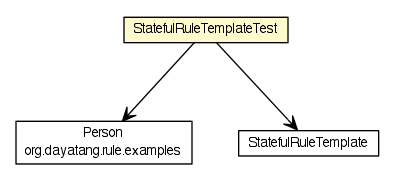
Earlier version of the Graphviz export testapidocs/org/dayatang/rule/StatefulRuleTemplateTest.png (dayatang/dddlib). Its source is kept beside it as testapidocs/org/dayatang/rule/StatefulRuleTemplateTest.dot. Source of this version:
```dot

digraph G {
	edge [fontname="Helvetica",fontsize=10,labelfontname="Helvetica",labelfontsize=10];
	node [fontname="Helvetica",fontsize=10,shape=plaintext];
	nodesep=0.25;
	ranksep=0.5;
	c43899 [label=<<table title="org.dayatang.rule.examples.Person" border="0" cellborder="1" cellspacing="0" cellpadding="2" port="p" href="./examples/Person.html">
		<tr><td><table border="0" cellspacing="0" cellpadding="1">
<tr><td align="center" balign="center"> Person </td></tr>
<tr><td align="center" balign="center"> org.dayatang.rule.examples </td></tr>
		</table></td></tr>
		</table>>, URL="./examples/Person.html", fontname="Helvetica", fontcolor="black", fontsize=10.0];
	c43905 [label=<<table title="org.dayatang.rule.StatefulRuleTemplateTest" border="0" cellborder="1" cellspacing="0" cellpadding="2" port="p" bgcolor="lemonChiffon" href="./StatefulRuleTemplateTest.html">
		<tr><td><table border="0" cellspacing="0" cellpadding="1">
<tr><td align="center" balign="center"> StatefulRuleTemplateTest </td></tr>
		</table></td></tr>
		</table>>, URL="./StatefulRuleTemplateTest.html", fontname="Helvetica", fontcolor="black", fontsize=10.0];
	c43905:p -> c43979:p [taillabel="", label=" "headlabel="", fontname="Helvetica", fontcolor="black", fontsize=10.0, color="black", arrowhead=open];
	c43905:p -> c43899:p [taillabel="", label=" "headlabel="", fontname="Helvetica", fontcolor="black", fontsize=10.0, color="black", arrowhead=open];
	c43979 [label=<<table title="org.dayatang.rule.StatefulRuleTemplate" border="0" cellborder="1" cellspacing="0" cellpadding="2" port="p" href="http://java.sun.com/j2se/1.4.2/docs/api/org/dayatang/rule/StatefulRuleTemplate.html">
		<tr><td><table border="0" cellspacing="0" cellpadding="1">
<tr><td align="center" balign="center"> StatefulRuleTemplate </td></tr>
		</table></td></tr>
		</table>>, URL="http://java.sun.com/j2se/1.4.2/docs/api/org/dayatang/rule/StatefulRuleTemplate.html", fontname="Helvetica", fontcolor="black", fontsize=10.0];
}
```
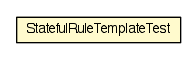
Later version of the same file.

Diff of the diagram source:
```diff
@@ -4,22 +4,9 @@
 	node [fontname="Helvetica",fontsize=10,shape=plaintext];
 	nodesep=0.25;
 	ranksep=0.5;
-	c43899 [label=<<table title="org.dayatang.rule.examples.Person" border="0" cellborder="1" cellspacing="0" cellpadding="2" port="p" href="./examples/Person.html">
-		<tr><td><table border="0" cellspacing="0" cellpadding="1">
-<tr><td align="center" balign="center"> Person </td></tr>
-<tr><td align="center" balign="center"> org.dayatang.rule.examples </td></tr>
-		</table></td></tr>
-		</table>>, URL="./examples/Person.html", fontname="Helvetica", fontcolor="black", fontsize=10.0];
-	c43905 [label=<<table title="org.dayatang.rule.StatefulRuleTemplateTest" border="0" cellborder="1" cellspacing="0" cellpadding="2" port="p" bgcolor="lemonChiffon" href="./StatefulRuleTemplateTest.html">
+	c43491 [label=<<table title="org.dayatang.rule.StatefulRuleTemplateTest" border="0" cellborder="1" cellspacing="0" cellpadding="2" port="p" bgcolor="lemonChiffon" href="./StatefulRuleTemplateTest.html">
 		<tr><td><table border="0" cellspacing="0" cellpadding="1">
 <tr><td align="center" balign="center"> StatefulRuleTemplateTest </td></tr>
 		</table></td></tr>
 		</table>>, URL="./StatefulRuleTemplateTest.html", fontname="Helvetica", fontcolor="black", fontsize=10.0];
-	c43905:p -> c43979:p [taillabel="", label=" "headlabel="", fontname="Helvetica", fontcolor="black", fontsize=10.0, color="black", arrowhead=open];
-	c43905:p -> c43899:p [taillabel="", label=" "headlabel="", fontname="Helvetica", fontcolor="black", fontsize=10.0, color="black", arrowhead=open];
-	c43979 [label=<<table title="org.dayatang.rule.StatefulRuleTemplate" border="0" cellborder="1" cellspacing="0" cellpadding="2" port="p" href="http://java.sun.com/j2se/1.4.2/docs/api/org/dayatang/rule/StatefulRuleTemplate.html">
-		<tr><td><table border="0" cellspacing="0" cellpadding="1">
-<tr><td align="center" balign="center"> StatefulRuleTemplate </td></tr>
-		</table></td></tr>
-		</table>>, URL="http://java.sun.com/j2se/1.4.2/docs/api/org/dayatang/rule/StatefulRuleTemplate.html", fontname="Helvetica", fontcolor="black", fontsize=10.0];
 }
```
